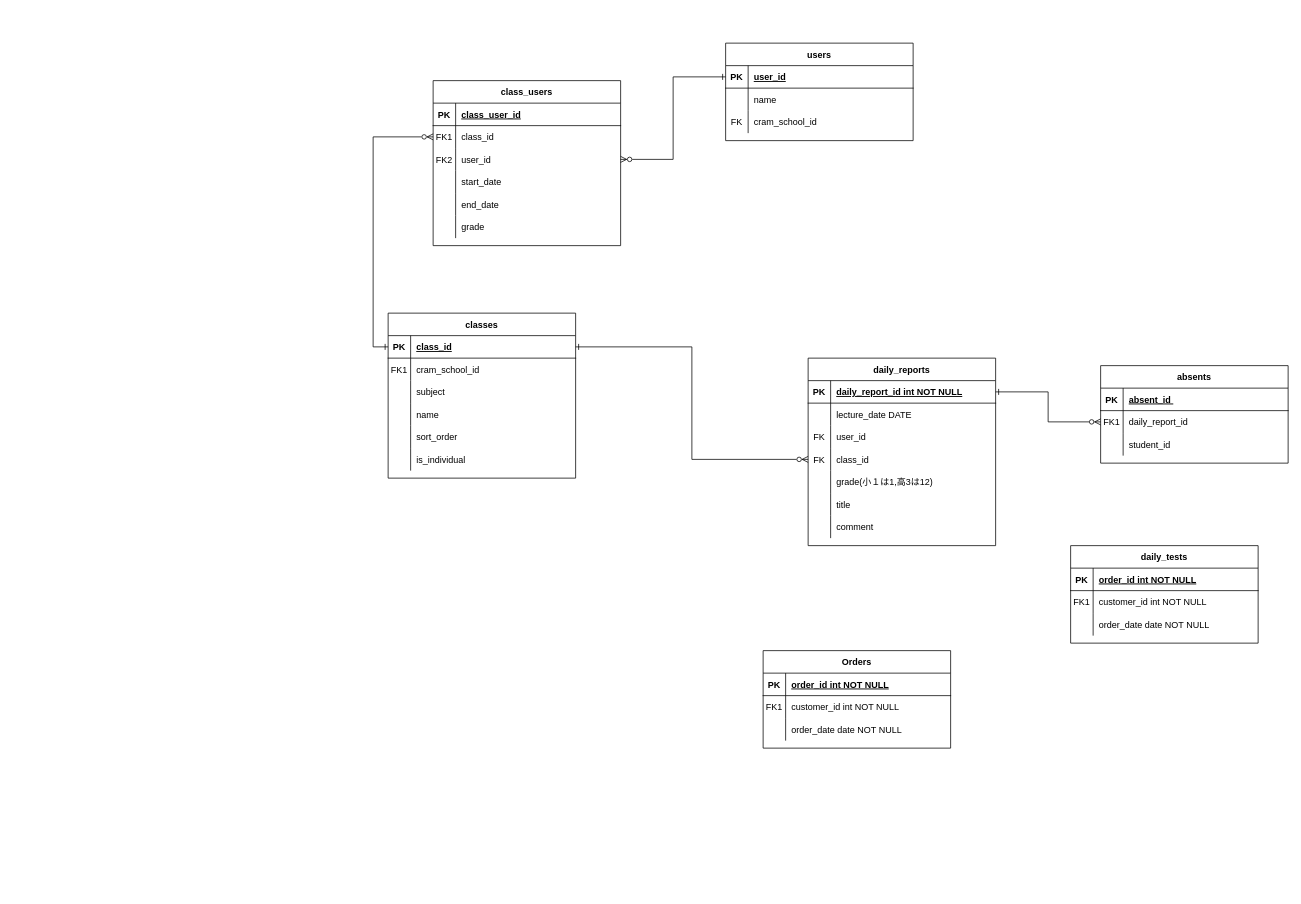
Earlier version of the draw.io diagram daily_report_ER_diagram.drawio (satoru817/4eachkeijiban). Source tidied: cells renumbered, new cells numbered last; positions are measured from the earlier drawing's top-left corner, leaving out a move shared by most shapes. Both pictures are drawn from the tidied source at 75%, with x=0, y=0 at pixel (388, 43).
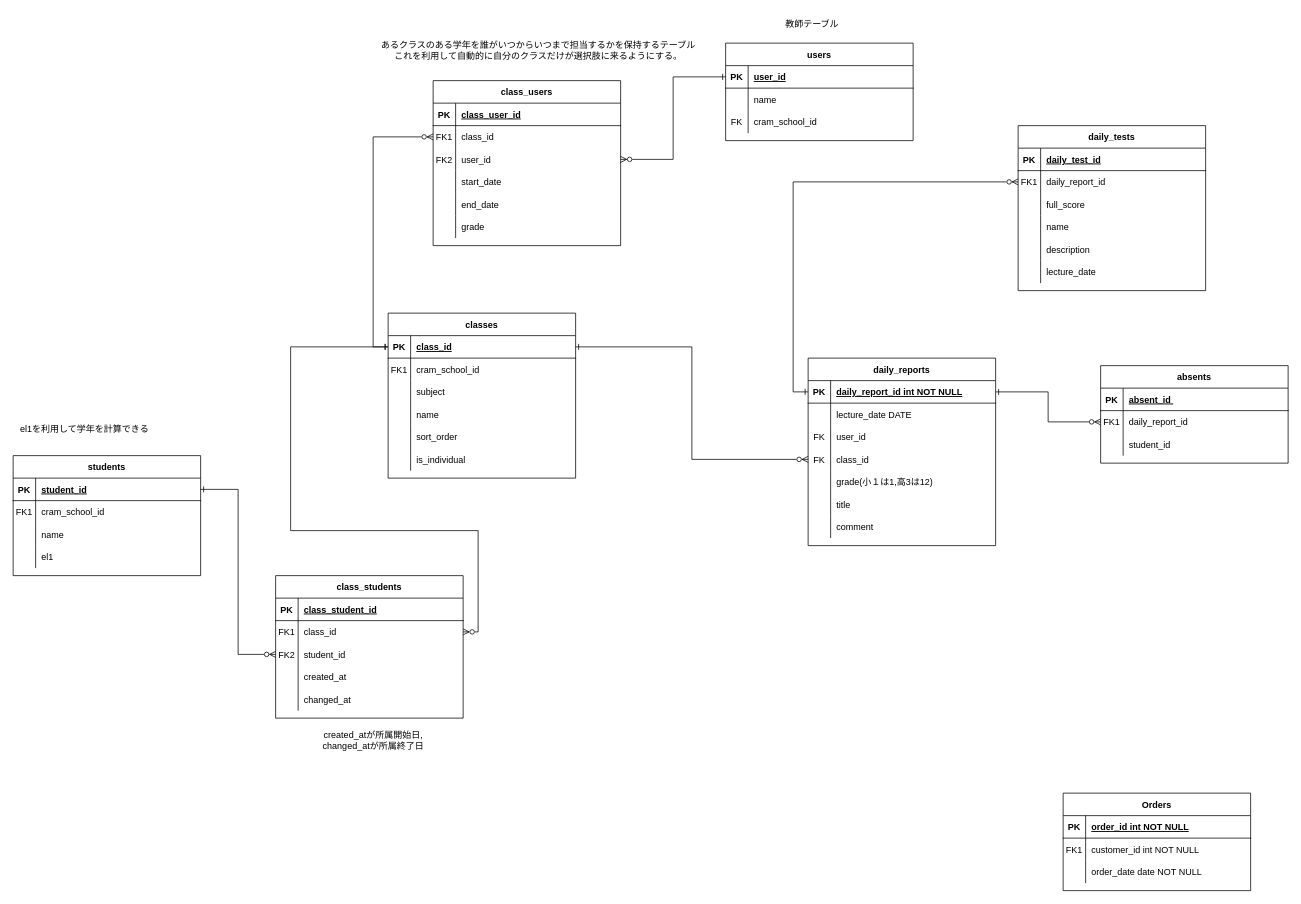
The same diagram, later.

Commit message (it also covers changes not shown here):
daily_report_ER_diagram.drawio を更新します

The change refers to these unchanged cells:
```xml
<mxCell id="23" style="shape=partialRectangle;fillColor=none;points=[[0,0.5],[1,0.5]];portConstraint=eastwest;top=0;left=0;right=0;bottom=1;" parent="22" vertex="1">
  <mxGeometry y="30" width="250" height="30" as="geometry" />
</mxCell>
<mxCell id="46" style="shape=partialRectangle;fillColor=none;top=0;left=0;right=0;bottom=1;" parent="45" vertex="1">
  <mxGeometry y="30" width="250" height="30" as="geometry" />
</mxCell>
<mxCell id="49" style="shape=partialRectangle;fillColor=none;points=[[0,0.5],[1,0.5]];portConstraint=eastwest;top=0;left=0;right=0;bottom=0;" parent="45" vertex="1">
  <mxGeometry y="60" width="250" height="30" as="geometry" />
</mxCell>
<mxCell id="52" style="shape=partialRectangle;fillColor=none;top=0;left=0;right=0;bottom=0;" parent="45" vertex="1">
  <mxGeometry y="90" width="250" height="30" as="geometry" />
</mxCell>
<mxCell id="56" style="shape=partialRectangle;fillColor=none;points=[[0,0.5],[1,0.5]];portConstraint=eastwest;top=0;left=0;right=0;bottom=1;" parent="55" vertex="1">
  <mxGeometry y="30" width="250" height="30" as="geometry" />
</mxCell>
```

What changed in the source:
```diff
@@
     <mxCell id="2" value="Orders" style="shape=table;startSize=30;childLayout=tableLayout;rowLines=0;fontStyle=1;align=center;" parent="1" vertex="1">
-      <mxGeometry x="500" y="810" width="250" height="130" as="geometry" />
+      <mxGeometry x="900" y="1000" width="250" height="130" as="geometry" />
     </mxCell>
@@
     <mxCell id="45" value="daily_tests" style="shape=table;startSize=30;childLayout=tableLayout;rowLines=0;fontStyle=1;align=center;" parent="1" vertex="1">
-      <mxGeometry x="910" y="670" width="250" height="130" as="geometry" />
+      <mxGeometry x="840" y="110" width="250" height="220" as="geometry" />
     </mxCell>
@@
-    <mxCell id="48" value="order_id int NOT NULL " style="shape=partialRectangle;overflow=hidden;fillColor=none;top=0;left=0;bottom=0;right=0;align=left;spacingLeft=6;fontStyle=5;" parent="46" vertex="1">
+    <mxCell id="48" value="daily_test_id" style="shape=partialRectangle;overflow=hidden;fillColor=none;top=0;left=0;bottom=0;right=0;align=left;spacingLeft=6;fontStyle=5;" parent="46" vertex="1">
       <mxGeometry x="30" width="220" height="30" as="geometry" />
     </mxCell>
@@
-    <mxCell id="51" value="customer_id int NOT NULL" style="shape=partialRectangle;overflow=hidden;fillColor=none;top=0;left=0;bottom=0;right=0;align=left;spacingLeft=6;" parent="49" vertex="1">
+    <mxCell id="51" value="daily_report_id" style="shape=partialRectangle;overflow=hidden;fillColor=none;top=0;left=0;bottom=0;right=0;align=left;spacingLeft=6;" parent="49" vertex="1">
       <mxGeometry x="30" width="220" height="30" as="geometry" />
     </mxCell>
@@
-    <mxCell id="54" value="order_date date NOT NULL" style="shape=partialRectangle;overflow=hidden;fillColor=none;top=0;left=0;bottom=0;right=0;align=left;spacingLeft=6;" parent="52" vertex="1">
+    <mxCell id="54" value="full_score" style="shape=partialRectangle;overflow=hidden;fillColor=none;top=0;left=0;bottom=0;right=0;align=left;spacingLeft=6;" parent="52" vertex="1">
       <mxGeometry x="30" width="220" height="30" as="geometry" />
     </mxCell>
+    <mxCell id="106" style="shape=partialRectangle;fillColor=none;top=0;left=0;right=0;bottom=0;" parent="45" vertex="1">
+      <mxGeometry y="120" width="250" height="30" as="geometry" />
+    </mxCell>
+    <mxCell id="107" style="shape=partialRectangle;overflow=hidden;fillColor=none;top=0;left=0;bottom=0;right=0;" parent="106" vertex="1">
+      <mxGeometry width="30" height="30" as="geometry" />
+    </mxCell>
+    <mxCell id="108" value="name" style="shape=partialRectangle;overflow=hidden;fillColor=none;top=0;left=0;bottom=0;right=0;align=left;spacingLeft=6;" parent="106" vertex="1">
+      <mxGeometry x="30" width="220" height="30" as="geometry" />
+    </mxCell>
+    <mxCell id="109" style="shape=partialRectangle;fillColor=none;top=0;left=0;right=0;bottom=0;" parent="45" vertex="1">
+      <mxGeometry y="150" width="250" height="30" as="geometry" />
+    </mxCell>
+    <mxCell id="110" style="shape=partialRectangle;overflow=hidden;fillColor=none;top=0;left=0;bottom=0;right=0;" parent="109" vertex="1">
+      <mxGeometry width="30" height="30" as="geometry" />
+    </mxCell>
+    <mxCell id="111" value="description" style="shape=partialRectangle;overflow=hidden;fillColor=none;top=0;left=0;bottom=0;right=0;align=left;spacingLeft=6;" parent="109" vertex="1">
+      <mxGeometry x="30" width="220" height="30" as="geometry" />
+    </mxCell>
+    <mxCell id="112" style="shape=partialRectangle;fillColor=none;top=0;left=0;right=0;bottom=0;" parent="45" vertex="1">
+      <mxGeometry y="180" width="250" height="30" as="geometry" />
+    </mxCell>
+    <mxCell id="113" style="shape=partialRectangle;overflow=hidden;fillColor=none;top=0;left=0;bottom=0;right=0;" parent="112" vertex="1">
+      <mxGeometry width="30" height="30" as="geometry" />
+    </mxCell>
+    <mxCell id="114" value="lecture_date" style="shape=partialRectangle;overflow=hidden;fillColor=none;top=0;left=0;bottom=0;right=0;align=left;spacingLeft=6;" parent="112" vertex="1">
+      <mxGeometry x="30" width="220" height="30" as="geometry" />
+    </mxCell>
@@
+    <mxCell id="115" value="あるクラスのある学年を誰がいつからいつまで担当するかを保持するテーブル&lt;br&gt;これを利用して自動的に自分のクラスだけが選択肢に来るようにする。" style="text;html=1;align=center;verticalAlign=middle;strokeColor=none;fillColor=none;" parent="1" vertex="1">
+      <mxGeometry x="-20" y="-10" width="440" height="40" as="geometry" />
+    </mxCell>
+    <mxCell id="116" value="students" style="shape=table;startSize=30;childLayout=tableLayout;rowLines=0;fontStyle=1;align=center;" parent="1" vertex="1">
+      <mxGeometry x="-500" y="550" width="250" height="160" as="geometry" />
+    </mxCell>
+    <mxCell id="117" style="shape=partialRectangle;fillColor=none;points=[[0,0.5],[1,0.5]];portConstraint=eastwest;top=0;left=0;right=0;bottom=1;" parent="116" vertex="1">
+      <mxGeometry y="30" width="250" height="30" as="geometry" />
+    </mxCell>
+    <mxCell id="118" value="PK" style="shape=partialRectangle;overflow=hidden;fillColor=none;top=0;left=0;bottom=0;right=0;fontStyle=1;" parent="117" vertex="1">
+      <mxGeometry width="30" height="30" as="geometry" />
+    </mxCell>
+    <mxCell id="119" value="student_id" style="shape=partialRectangle;overflow=hidden;fillColor=none;top=0;left=0;bottom=0;right=0;align=left;spacingLeft=6;fontStyle=5;" parent="117" vertex="1">
+      <mxGeometry x="30" width="220" height="30" as="geometry" />
+    </mxCell>
+    <mxCell id="120" style="shape=partialRectangle;fillColor=none;top=0;left=0;right=0;bottom=0;" parent="116" vertex="1">
+      <mxGeometry y="60" width="250" height="30" as="geometry" />
+    </mxCell>
+    <mxCell id="121" value="FK1" style="shape=partialRectangle;overflow=hidden;fillColor=none;top=0;left=0;bottom=0;right=0;" parent="120" vertex="1">
+      <mxGeometry width="30" height="30" as="geometry" />
+    </mxCell>
+    <mxCell id="122" value="cram_school_id" style="shape=partialRectangle;overflow=hidden;fillColor=none;top=0;left=0;bottom=0;right=0;align=left;spacingLeft=6;" parent="120" vertex="1">
+      <mxGeometry x="30" width="220" height="30" as="geometry" />
+    </mxCell>
+    <mxCell id="123" style="shape=partialRectangle;fillColor=none;top=0;left=0;right=0;bottom=0;" parent="116" vertex="1">
+      <mxGeometry y="90" width="250" height="30" as="geometry" />
+    </mxCell>
+    <mxCell id="124" style="shape=partialRectangle;overflow=hidden;fillColor=none;top=0;left=0;bottom=0;right=0;" parent="123" vertex="1">
+      <mxGeometry width="30" height="30" as="geometry" />
+    </mxCell>
+    <mxCell id="125" value="name" style="shape=partialRectangle;overflow=hidden;fillColor=none;top=0;left=0;bottom=0;right=0;align=left;spacingLeft=6;" parent="123" vertex="1">
+      <mxGeometry x="30" width="220" height="30" as="geometry" />
+    </mxCell>
+    <mxCell id="126" style="shape=partialRectangle;fillColor=none;top=0;left=0;right=0;bottom=0;" parent="116" vertex="1">
+      <mxGeometry y="120" width="250" height="30" as="geometry" />
+    </mxCell>
+    <mxCell id="127" style="shape=partialRectangle;overflow=hidden;fillColor=none;top=0;left=0;bottom=0;right=0;" parent="126" vertex="1">
+      <mxGeometry width="30" height="30" as="geometry" />
+    </mxCell>
+    <mxCell id="128" value="el1" style="shape=partialRectangle;overflow=hidden;fillColor=none;top=0;left=0;bottom=0;right=0;align=left;spacingLeft=6;" parent="126" vertex="1">
+      <mxGeometry x="30" width="220" height="30" as="geometry" />
+    </mxCell>
+    <mxCell id="129" value="class_students" style="shape=table;startSize=30;childLayout=tableLayout;rowLines=0;fontStyle=1;align=center;" parent="1" vertex="1">
+      <mxGeometry x="-150" y="710" width="250" height="190" as="geometry" />
+    </mxCell>
+    <mxCell id="130" style="shape=partialRectangle;fillColor=none;top=0;left=0;right=0;bottom=1;" parent="129" vertex="1">
+      <mxGeometry y="30" width="250" height="30" as="geometry" />
+    </mxCell>
+    <mxCell id="131" value="PK" style="shape=partialRectangle;overflow=hidden;fillColor=none;top=0;left=0;bottom=0;right=0;fontStyle=1;" parent="130" vertex="1">
+      <mxGeometry width="30" height="30" as="geometry" />
+    </mxCell>
+    <mxCell id="132" value="class_student_id" style="shape=partialRectangle;overflow=hidden;fillColor=none;top=0;left=0;bottom=0;right=0;align=left;spacingLeft=6;fontStyle=5;" parent="130" vertex="1">
+      <mxGeometry x="30" width="220" height="30" as="geometry" />
+    </mxCell>
+    <mxCell id="133" style="shape=partialRectangle;fillColor=none;points=[[0,0.5],[1,0.5]];portConstraint=eastwest;top=0;left=0;right=0;bottom=0;" parent="129" vertex="1">
+      <mxGeometry y="60" width="250" height="30" as="geometry" />
+    </mxCell>
+    <mxCell id="134" value="FK1" style="shape=partialRectangle;overflow=hidden;fillColor=none;top=0;left=0;bottom=0;right=0;" parent="133" vertex="1">
+      <mxGeometry width="30" height="30" as="geometry" />
+    </mxCell>
+    <mxCell id="135" value="class_id" style="shape=partialRectangle;overflow=hidden;fillColor=none;top=0;left=0;bottom=0;right=0;align=left;spacingLeft=6;" parent="133" vertex="1">
+      <mxGeometry x="30" width="220" height="30" as="geometry" />
+    </mxCell>
+    <mxCell id="136" style="shape=partialRectangle;fillColor=none;points=[[0,0.5],[1,0.5]];portConstraint=eastwest;top=0;left=0;right=0;bottom=0;" parent="129" vertex="1">
+      <mxGeometry y="90" width="250" height="30" as="geometry" />
+    </mxCell>
+    <mxCell id="137" value="FK2" style="shape=partialRectangle;overflow=hidden;fillColor=none;top=0;left=0;bottom=0;right=0;" parent="136" vertex="1">
+      <mxGeometry width="30" height="30" as="geometry" />
+    </mxCell>
+    <mxCell id="138" value="student_id" style="shape=partialRectangle;overflow=hidden;fillColor=none;top=0;left=0;bottom=0;right=0;align=left;spacingLeft=6;" parent="136" vertex="1">
+      <mxGeometry x="30" width="220" height="30" as="geometry" />
+    </mxCell>
+    <mxCell id="139" style="shape=partialRectangle;fillColor=none;top=0;left=0;right=0;bottom=0;" parent="129" vertex="1">
+      <mxGeometry y="120" width="250" height="30" as="geometry" />
+    </mxCell>
+    <mxCell id="140" style="shape=partialRectangle;overflow=hidden;fillColor=none;top=0;left=0;bottom=0;right=0;" parent="139" vertex="1">
+      <mxGeometry width="30" height="30" as="geometry" />
+    </mxCell>
+    <mxCell id="141" value="created_at" style="shape=partialRectangle;overflow=hidden;fillColor=none;top=0;left=0;bottom=0;right=0;align=left;spacingLeft=6;" parent="139" vertex="1">
+      <mxGeometry x="30" width="220" height="30" as="geometry" />
+    </mxCell>
+    <mxCell id="142" style="shape=partialRectangle;fillColor=none;top=0;left=0;right=0;bottom=0;" parent="129" vertex="1">
+      <mxGeometry y="150" width="250" height="30" as="geometry" />
+    </mxCell>
+    <mxCell id="143" style="shape=partialRectangle;overflow=hidden;fillColor=none;top=0;left=0;bottom=0;right=0;" parent="142" vertex="1">
+      <mxGeometry width="30" height="30" as="geometry" />
+    </mxCell>
+    <mxCell id="144" value="changed_at" style="shape=partialRectangle;overflow=hidden;fillColor=none;top=0;left=0;bottom=0;right=0;align=left;spacingLeft=6;" parent="142" vertex="1">
+      <mxGeometry x="30" width="220" height="30" as="geometry" />
+    </mxCell>
+    <mxCell id="145" value="created_atが所属開始日,&lt;div&gt;changed_atが所属終了日&lt;/div&gt;" style="text;html=1;align=center;verticalAlign=middle;strokeColor=none;fillColor=none;" parent="1" vertex="1">
+      <mxGeometry x="-100" y="910" width="160" height="40" as="geometry" />
+    </mxCell>
+    <mxCell id="146" value="el1を利用して学年を計算できる" style="text;html=1;align=center;verticalAlign=middle;strokeColor=none;fillColor=none;" parent="1" vertex="1">
+      <mxGeometry x="-500" y="500" width="190" height="30" as="geometry" />
+    </mxCell>
+    <mxCell id="147" style="edgeStyle=orthogonalEdgeStyle;rounded=0;jettySize=auto;html=1;exitX=1;exitY=0.5;exitDx=0;exitDy=0;entryX=0;entryY=0.5;entryDx=0;entryDy=0;startArrow=ERone;startFill=0;endArrow=ERzeroToMany;endFill=0;" parent="1" edge="1" source="117" target="136">
+      <mxGeometry relative="1" as="geometry" />
+    </mxCell>
+    <mxCell id="148" style="edgeStyle=orthogonalEdgeStyle;rounded=0;jettySize=auto;html=1;exitX=1;exitY=0.5;exitDx=0;exitDy=0;entryX=0;entryY=0.5;entryDx=0;entryDy=0;endArrow=ERone;endFill=0;startArrow=ERzeroToMany;startFill=0;" parent="1" edge="1" source="133" target="56">
+      <mxGeometry relative="1" as="geometry">
+        <Array as="points">
+          <mxPoint x="120" y="785" />
+          <mxPoint x="120" y="650" />
+          <mxPoint x="-130" y="650" />
+          <mxPoint x="-130" y="405" />
+        </Array>
+      </mxGeometry>
+    </mxCell>
+    <mxCell id="149" value="教師テーブル" style="text;html=1;align=center;verticalAlign=middle;strokeColor=none;fillColor=none;" parent="1" vertex="1">
+      <mxGeometry x="520" y="-40" width="90" height="30" as="geometry" />
+    </mxCell>
+    <mxCell id="150" style="edgeStyle=orthogonalEdgeStyle;rounded=0;jettySize=auto;html=1;exitX=0;exitY=0.5;exitDx=0;exitDy=0;entryX=0;entryY=0.5;entryDx=0;entryDy=0;startArrow=ERzeroToMany;startFill=0;endArrow=ERone;endFill=0;" parent="1" edge="1" source="49" target="23">
+      <mxGeometry relative="1" as="geometry" />
+    </mxCell>
```
